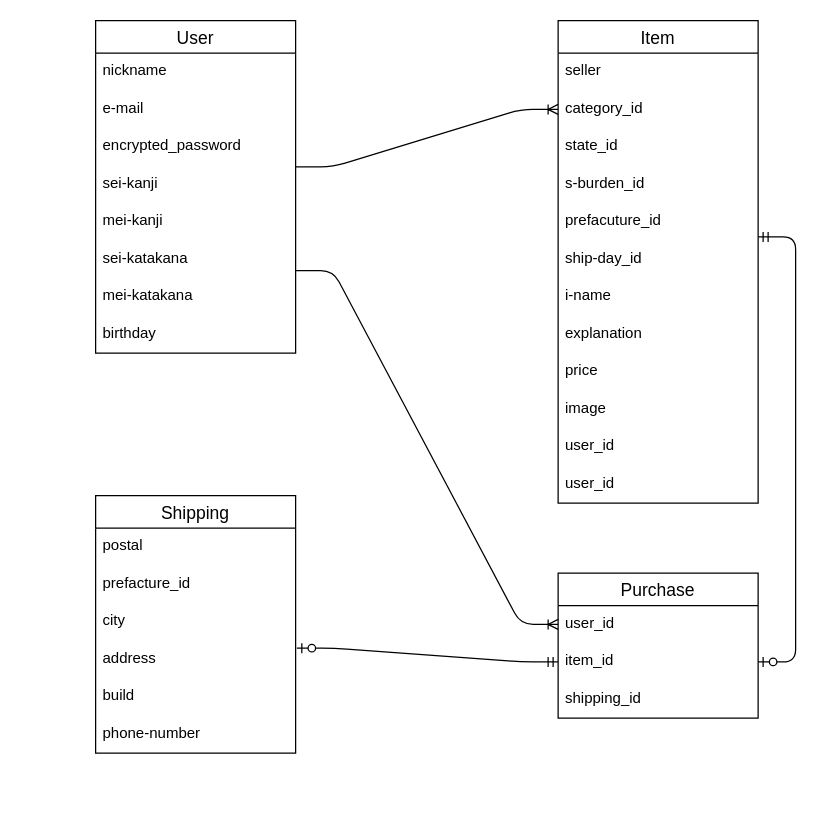
The draw.io diagram detabase.dio in masakichi-eng/furima-33493, before the edit. Source tidied: cells renumbered, new cells numbered last; positions are measured from the earlier drawing's top-left corner, leaving out a move shared by most shapes. Both pictures are drawn from the tidied source at 125%, with x=0, y=0 at pixel (20, 20).
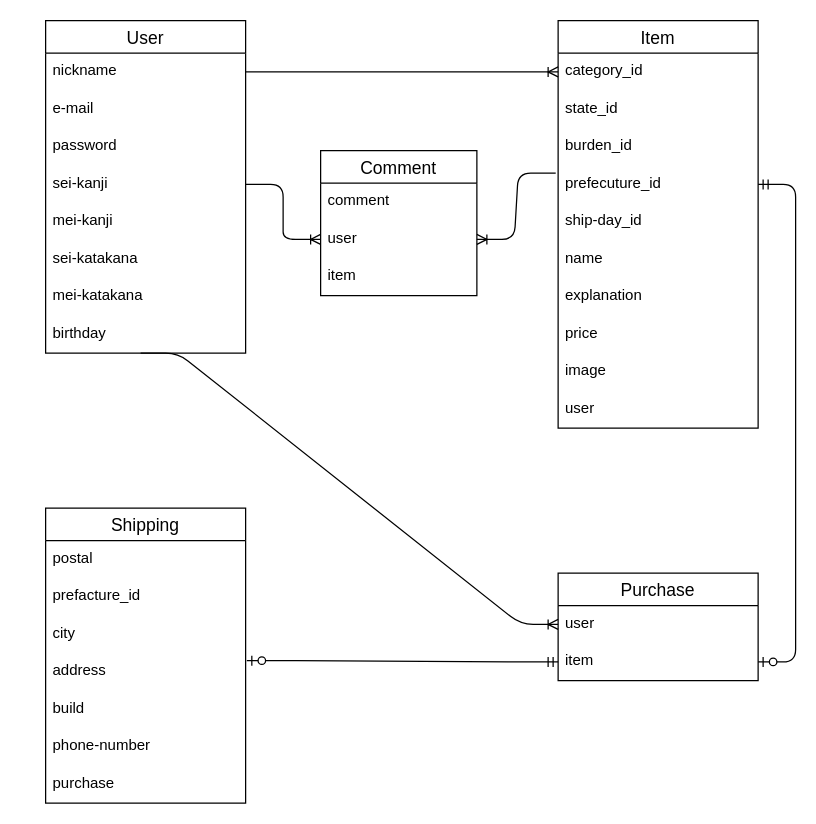
The same diagram, later.

Unchanged cells that the change refers to:
```xml
<mxCell id="17" value="nickname" style="text;strokeColor=none;fillColor=none;spacingLeft=4;spacingRight=4;overflow=hidden;points=[[0,0.5],[1,0.5]];portConstraint=eastwest;fontSize=12;" parent="16" vertex="1">
  <mxGeometry y="26" width="160" height="30" as="geometry" />
</mxCell>
<mxCell id="20" value="sei-kanji" style="text;strokeColor=none;fillColor=none;spacingLeft=4;spacingRight=4;overflow=hidden;points=[[0,0.5],[1,0.5]];portConstraint=eastwest;fontSize=12;" parent="16" vertex="1">
  <mxGeometry y="116" width="160" height="30" as="geometry" />
</mxCell>
<mxCell id="24" value="birthday" style="text;strokeColor=none;fillColor=none;spacingLeft=4;spacingRight=4;overflow=hidden;points=[[0,0.5],[1,0.5]];portConstraint=eastwest;fontSize=12;" parent="16" vertex="1">
  <mxGeometry y="236" width="160" height="30" as="geometry" />
</mxCell>
```

Diff of the diagram source:
```diff
@@
     <mxCell id="3" value="Item" style="swimlane;fontStyle=0;horizontal=1;startSize=26;align=center;fontSize=14;" parent="1" vertex="1">
-      <mxGeometry x="430" width="160" height="386" as="geometry" />
+      <mxGeometry x="430" width="160" height="326" as="geometry" />
     </mxCell>
-    <mxCell id="4" value="seller" style="text;strokeColor=none;fillColor=none;spacingLeft=4;spacingRight=4;overflow=hidden;fontSize=12;" parent="3" vertex="1">
-      <mxGeometry y="26" width="160" height="30" as="geometry" />
-    </mxCell>
     <mxCell id="5" value="category_id" style="text;strokeColor=none;fillColor=none;spacingLeft=4;spacingRight=4;overflow=hidden;points=[[0,0.5],[1,0.5]];portConstraint=eastwest;fontSize=12;" parent="3" vertex="1">
-      <mxGeometry y="56" width="160" height="30" as="geometry" />
+      <mxGeometry y="26" width="160" height="30" as="geometry" />
     </mxCell>
     <mxCell id="6" value="state_id" style="text;strokeColor=none;fillColor=none;spacingLeft=4;spacingRight=4;overflow=hidden;fontSize=12;" parent="3" vertex="1">
-      <mxGeometry y="86" width="160" height="30" as="geometry" />
+      <mxGeometry y="56" width="160" height="30" as="geometry" />
     </mxCell>
-    <mxCell id="7" value="s-burden_id" style="text;strokeColor=none;fillColor=none;spacingLeft=4;spacingRight=4;overflow=hidden;fontSize=12;" parent="3" vertex="1">
-      <mxGeometry y="116" width="160" height="30" as="geometry" />
+    <mxCell id="7" value="burden_id" style="text;strokeColor=none;fillColor=none;spacingLeft=4;spacingRight=4;overflow=hidden;fontSize=12;" parent="3" vertex="1">
+      <mxGeometry y="86" width="160" height="30" as="geometry" />
     </mxCell>
-    <mxCell id="8" value="prefacuture_id" style="text;strokeColor=none;fillColor=none;spacingLeft=4;spacingRight=4;overflow=hidden;points=[[0,0.5],[1,0.5]];portConstraint=eastwest;fontSize=12;" parent="3" vertex="1">
-      <mxGeometry y="146" width="160" height="30" as="geometry" />
+    <mxCell id="8" value="prefecuture_id" style="text;strokeColor=none;fillColor=none;spacingLeft=4;spacingRight=4;overflow=hidden;points=[[0,0.5],[1,0.5]];portConstraint=eastwest;fontSize=12;" parent="3" vertex="1">
+      <mxGeometry y="116" width="160" height="30" as="geometry" />
     </mxCell>
     <mxCell id="9" value="ship-day_id" style="text;strokeColor=none;fillColor=none;spacingLeft=4;spacingRight=4;overflow=hidden;fontSize=12;" parent="3" vertex="1">
-      <mxGeometry y="176" width="160" height="30" as="geometry" />
+      <mxGeometry y="146" width="160" height="30" as="geometry" />
     </mxCell>
-    <mxCell id="10" value="i-name" style="text;strokeColor=none;fillColor=none;spacingLeft=4;spacingRight=4;overflow=hidden;fontSize=12;" parent="3" vertex="1">
-      <mxGeometry y="206" width="160" height="30" as="geometry" />
+    <mxCell id="10" value="name" style="text;strokeColor=none;fillColor=none;spacingLeft=4;spacingRight=4;overflow=hidden;fontSize=12;" parent="3" vertex="1">
+      <mxGeometry y="176" width="160" height="30" as="geometry" />
     </mxCell>
     <mxCell id="11" value="explanation" style="text;strokeColor=none;fillColor=none;spacingLeft=4;spacingRight=4;overflow=hidden;fontSize=12;" parent="3" vertex="1">
-      <mxGeometry y="236" width="160" height="30" as="geometry" />
+      <mxGeometry y="206" width="160" height="30" as="geometry" />
     </mxCell>
     <mxCell id="12" value="price" style="text;strokeColor=none;fillColor=none;spacingLeft=4;spacingRight=4;overflow=hidden;fontSize=12;" parent="3" vertex="1">
-      <mxGeometry y="266" width="160" height="30" as="geometry" />
+      <mxGeometry y="236" width="160" height="30" as="geometry" />
     </mxCell>
     <mxCell id="13" value="image" style="text;strokeColor=none;fillColor=none;spacingLeft=4;spacingRight=4;overflow=hidden;fontSize=12;" parent="3" vertex="1">
-      <mxGeometry y="296" width="160" height="30" as="geometry" />
+      <mxGeometry y="266" width="160" height="30" as="geometry" />
     </mxCell>
-    <mxCell id="14" value="user_id" style="text;strokeColor=none;fillColor=none;spacingLeft=4;spacingRight=4;overflow=hidden;fontSize=12;" parent="3" vertex="1">
-      <mxGeometry y="326" width="160" height="30" as="geometry" />
+    <mxCell id="14" value="user" style="text;strokeColor=none;fillColor=none;spacingLeft=4;spacingRight=4;overflow=hidden;fontSize=12;" parent="3" vertex="1">
+      <mxGeometry y="296" width="160" height="30" as="geometry" />
     </mxCell>
-    <mxCell id="15" value="user_id" style="text;strokeColor=none;fillColor=none;spacingLeft=4;spacingRight=4;overflow=hidden;fontSize=12;" parent="3" vertex="1">
-      <mxGeometry y="356" width="160" height="30" as="geometry" />
-    </mxCell>
     <mxCell id="16" value="User" style="swimlane;fontStyle=0;horizontal=1;startSize=26;align=center;fontSize=14;" parent="1" vertex="1">
-      <mxGeometry x="60" width="160" height="266" as="geometry" />
+      <mxGeometry x="20" width="160" height="266" as="geometry" />
     </mxCell>
@@
-    <mxCell id="19" value="encrypted_password" style="text;strokeColor=none;fillColor=none;spacingLeft=4;spacingRight=4;overflow=hidden;fontSize=12;" parent="16" vertex="1">
+    <mxCell id="19" value="password" style="text;strokeColor=none;fillColor=none;spacingLeft=4;spacingRight=4;overflow=hidden;fontSize=12;" parent="16" vertex="1">
       <mxGeometry y="86" width="160" height="30" as="geometry" />
     </mxCell>
@@
     <mxCell id="25" value="Shipping" style="swimlane;fontStyle=0;horizontal=1;startSize=26;align=center;fontSize=14;" parent="1" vertex="1">
-      <mxGeometry x="60" y="380" width="160" height="206" as="geometry" />
+      <mxGeometry x="20" y="390" width="160" height="236" as="geometry" />
     </mxCell>
@@
+    <mxCell id="40" value="purchase" style="text;strokeColor=none;fillColor=none;spacingLeft=4;spacingRight=4;overflow=hidden;fontSize=12;" parent="25" vertex="1">
+      <mxGeometry y="206" width="160" height="30" as="geometry" />
+    </mxCell>
     <mxCell id="32" value="Purchase" style="swimlane;fontStyle=0;horizontal=1;startSize=26;align=center;fontSize=14;" parent="1" vertex="1">
-      <mxGeometry x="430" y="442" width="160" height="116" as="geometry" />
+      <mxGeometry x="430" y="442" width="160" height="86" as="geometry" />
     </mxCell>
-    <mxCell id="33" value="user_id" style="text;strokeColor=none;fillColor=none;spacingLeft=4;spacingRight=4;overflow=hidden;points=[[0,0.5],[1,0.5]];portConstraint=eastwest;fontSize=12;" parent="32" vertex="1">
+    <mxCell id="33" value="user" style="text;strokeColor=none;fillColor=none;spacingLeft=4;spacingRight=4;overflow=hidden;points=[[0,0.5],[1,0.5]];portConstraint=eastwest;fontSize=12;" parent="32" vertex="1">
       <mxGeometry y="26" width="160" height="30" as="geometry" />
     </mxCell>
-    <mxCell id="34" value="item_id" style="text;strokeColor=none;fillColor=none;spacingLeft=4;spacingRight=4;overflow=hidden;points=[[0,0.5],[1,0.5]];portConstraint=eastwest;fontSize=12;" parent="32" vertex="1">
+    <mxCell id="34" value="item" style="text;strokeColor=none;fillColor=none;spacingLeft=4;spacingRight=4;overflow=hidden;points=[[0,0.5],[1,0.5]];portConstraint=eastwest;fontSize=12;" parent="32" vertex="1">
       <mxGeometry y="56" width="160" height="30" as="geometry" />
     </mxCell>
-    <mxCell id="35" value="shipping_id" style="text;strokeColor=none;fillColor=none;spacingLeft=4;spacingRight=4;overflow=hidden;fontSize=12;" parent="32" vertex="1">
-      <mxGeometry y="86" width="160" height="30" as="geometry" />
-    </mxCell>
-    <mxCell id="36" style="edgeStyle=entityRelationEdgeStyle;fontSize=12;html=1;endArrow=ERoneToMany;exitX=1;exitY=0.033;exitDx=0;exitDy=0;exitPerimeter=0;entryX=0;entryY=0.5;entryDx=0;entryDy=0;" parent="1" edge="1" target="5">
-      <mxGeometry relative="1" as="geometry">
-        <mxPoint x="220" y="117" as="sourcePoint" />
-      </mxGeometry>
+    <mxCell id="36" style="edgeStyle=entityRelationEdgeStyle;fontSize=12;html=1;endArrow=ERoneToMany;exitX=1;exitY=0.5;exitDx=0;exitDy=0;entryX=0;entryY=0.5;entryDx=0;entryDy=0;" parent="1" edge="1" source="17" target="5">
+      <mxGeometry relative="1" as="geometry" />
     </mxCell>
@@
-    <mxCell id="38" style="edgeStyle=entityRelationEdgeStyle;fontSize=12;html=1;endArrow=ERzeroToOne;startArrow=ERmandOne;entryX=1;entryY=0.5;entryDx=0;entryDy=0;" parent="1" edge="1" target="34">
-      <mxGeometry relative="1" as="geometry">
-        <mxPoint x="590" y="173" as="sourcePoint" />
-      </mxGeometry>
+    <mxCell id="38" style="edgeStyle=entityRelationEdgeStyle;fontSize=12;html=1;endArrow=ERzeroToOne;startArrow=ERmandOne;entryX=1;entryY=0.5;entryDx=0;entryDy=0;exitX=1;exitY=0.5;exitDx=0;exitDy=0;" parent="1" edge="1" source="8" target="34">
+      <mxGeometry relative="1" as="geometry" />
     </mxCell>
-    <mxCell id="39" style="edgeStyle=entityRelationEdgeStyle;fontSize=12;html=1;endArrow=ERoneToMany;entryX=0;entryY=0.5;entryDx=0;entryDy=0;" parent="1" edge="1" target="33">
-      <mxGeometry relative="1" as="geometry">
-        <mxPoint x="220" y="200" as="sourcePoint" />
-      </mxGeometry>
+    <mxCell id="39" style="edgeStyle=entityRelationEdgeStyle;fontSize=12;html=1;endArrow=ERoneToMany;entryX=0;entryY=0.5;entryDx=0;entryDy=0;exitX=0.475;exitY=1;exitDx=0;exitDy=0;exitPerimeter=0;" parent="1" edge="1" source="24" target="33">
+      <mxGeometry relative="1" as="geometry" />
     </mxCell>
+    <mxCell id="41" value="Comment" style="swimlane;fontStyle=0;horizontal=1;startSize=26;align=center;fontSize=14;" parent="1" vertex="1">
+      <mxGeometry x="240" y="104" width="125" height="116" as="geometry" />
+    </mxCell>
+    <mxCell id="42" value="comment" style="text;strokeColor=none;fillColor=none;spacingLeft=4;spacingRight=4;overflow=hidden;fontSize=12;" parent="41" vertex="1">
+      <mxGeometry y="26" width="125" height="30" as="geometry" />
+    </mxCell>
+    <mxCell id="43" value="user" style="text;strokeColor=none;fillColor=none;spacingLeft=4;spacingRight=4;overflow=hidden;points=[[0,0.5],[1,0.5]];portConstraint=eastwest;fontSize=12;" parent="41" vertex="1">
+      <mxGeometry y="56" width="125" height="30" as="geometry" />
+    </mxCell>
+    <mxCell id="44" value="item" style="text;strokeColor=none;fillColor=none;spacingLeft=4;spacingRight=4;overflow=hidden;fontSize=12;" parent="41" vertex="1">
+      <mxGeometry y="86" width="125" height="30" as="geometry" />
+    </mxCell>
+    <mxCell id="45" style="edgeStyle=entityRelationEdgeStyle;fontSize=12;html=1;endArrow=ERoneToMany;exitX=-0.012;exitY=0.2;exitDx=0;exitDy=0;entryX=1;entryY=0.5;entryDx=0;entryDy=0;exitPerimeter=0;" parent="1" edge="1" source="8" target="43">
+      <mxGeometry relative="1" as="geometry" />
+    </mxCell>
+    <mxCell id="46" style="edgeStyle=entityRelationEdgeStyle;fontSize=12;html=1;endArrow=ERoneToMany;entryX=0;entryY=0.5;entryDx=0;entryDy=0;exitX=1;exitY=0.5;exitDx=0;exitDy=0;" parent="1" edge="1" source="20" target="43">
+      <mxGeometry relative="1" as="geometry" />
+    </mxCell>
```
